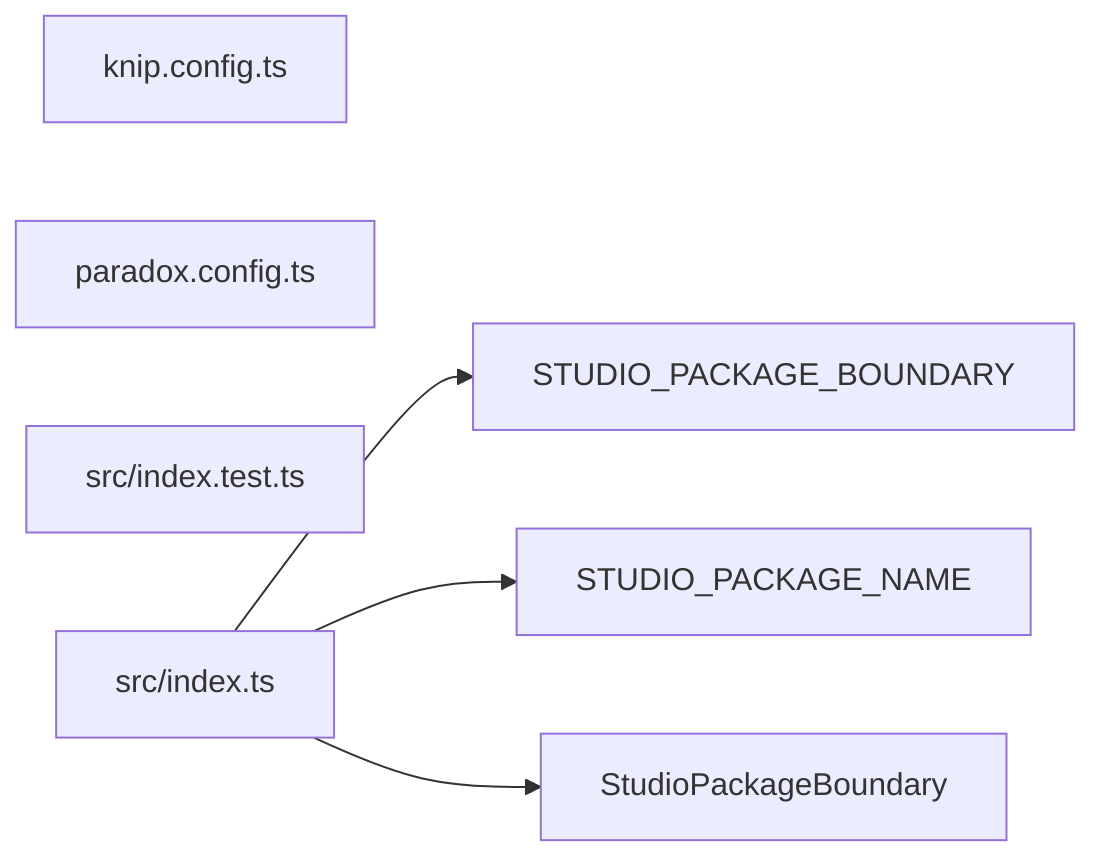
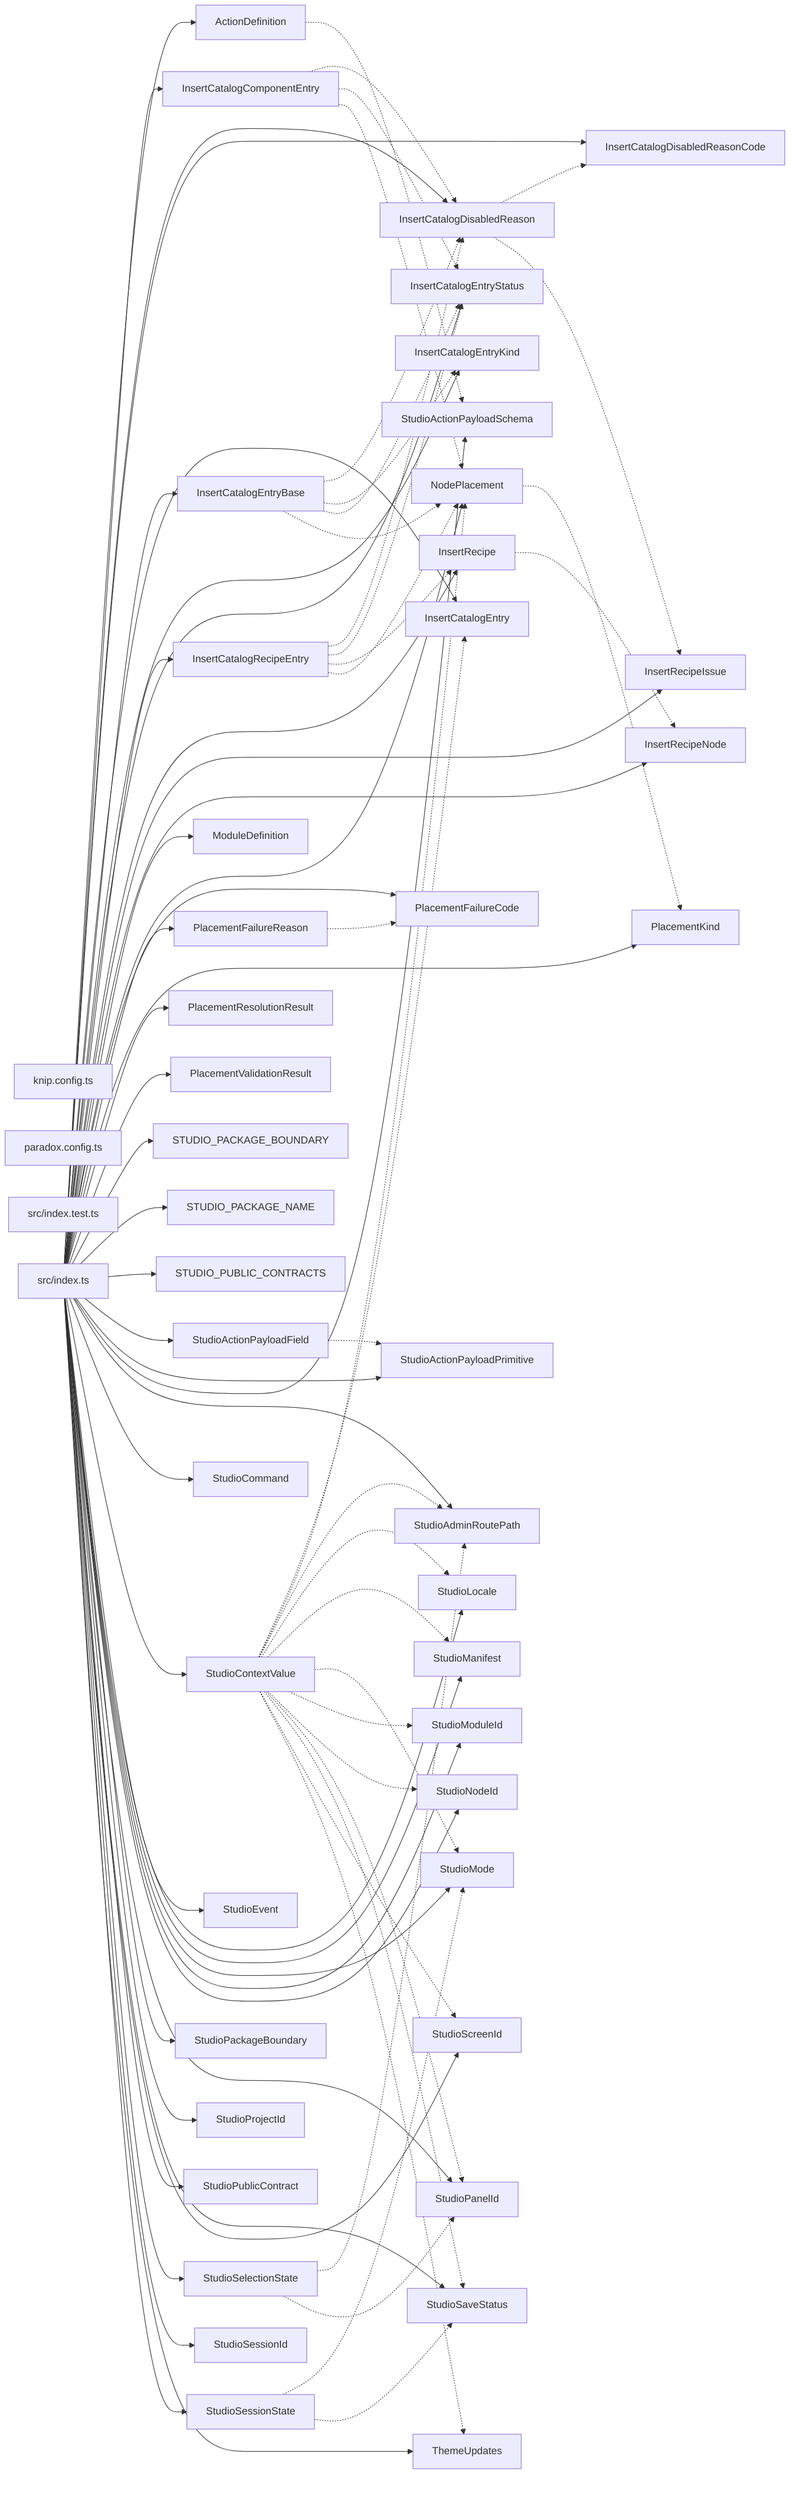
graph LR
  module_knip_config_ts["knip.config.ts"]
  module_paradox_config_ts["paradox.config.ts"]
  module_src_index_test_ts["src/index.test.ts"]
  module_src_index_ts["src/index.ts"]
+   export_ActionDefinition["ActionDefinition"]
+   module_src_index_ts --> export_ActionDefinition
+   export_ActionDefinition -.-> export_StudioActionPayloadSchema
+   export_InsertCatalogComponentEntry["InsertCatalogComponentEntry"]
+   module_src_index_ts --> export_InsertCatalogComponentEntry
+   export_InsertCatalogComponentEntry -.-> export_InsertCatalogDisabledReason
+   export_InsertCatalogComponentEntry -.-> export_InsertCatalogEntryStatus
+   export_InsertCatalogComponentEntry -.-> export_NodePlacement
+   export_InsertCatalogDisabledReason["InsertCatalogDisabledReason"]
+   module_src_index_ts --> export_InsertCatalogDisabledReason
+   export_InsertCatalogDisabledReason -.-> export_InsertCatalogDisabledReasonCode
+   export_InsertCatalogDisabledReason -.-> export_InsertRecipeIssue
+   export_InsertCatalogDisabledReasonCode["InsertCatalogDisabledReasonCode"]
+   module_src_index_ts --> export_InsertCatalogDisabledReasonCode
+   export_InsertCatalogEntry["InsertCatalogEntry"]
+   module_src_index_ts --> export_InsertCatalogEntry
+   export_InsertCatalogEntryBase["InsertCatalogEntryBase"]
+   module_src_index_ts --> export_InsertCatalogEntryBase
+   export_InsertCatalogEntryBase -.-> export_InsertCatalogDisabledReason
+   export_InsertCatalogEntryBase -.-> export_InsertCatalogEntryKind
+   export_InsertCatalogEntryBase -.-> export_InsertCatalogEntryStatus
+   export_InsertCatalogEntryBase -.-> export_NodePlacement
+   export_InsertCatalogEntryKind["InsertCatalogEntryKind"]
+   module_src_index_ts --> export_InsertCatalogEntryKind
+   export_InsertCatalogEntryStatus["InsertCatalogEntryStatus"]
+   module_src_index_ts --> export_InsertCatalogEntryStatus
+   export_InsertCatalogRecipeEntry["InsertCatalogRecipeEntry"]
+   module_src_index_ts --> export_InsertCatalogRecipeEntry
+   export_InsertCatalogRecipeEntry -.-> export_InsertCatalogDisabledReason
+   export_InsertCatalogRecipeEntry -.-> export_InsertCatalogEntryStatus
+   export_InsertCatalogRecipeEntry -.-> export_InsertRecipe
+   export_InsertCatalogRecipeEntry -.-> export_NodePlacement
+   export_InsertRecipe["InsertRecipe"]
+   module_src_index_ts --> export_InsertRecipe
+   export_InsertRecipe -.-> export_InsertRecipeNode
+   export_InsertRecipeIssue["InsertRecipeIssue"]
+   module_src_index_ts --> export_InsertRecipeIssue
+   export_InsertRecipeNode["InsertRecipeNode"]
+   module_src_index_ts --> export_InsertRecipeNode
+   export_ModuleDefinition["ModuleDefinition"]
+   module_src_index_ts --> export_ModuleDefinition
+   export_NodePlacement["NodePlacement"]
+   module_src_index_ts --> export_NodePlacement
+   export_NodePlacement -.-> export_PlacementKind
+   export_PlacementFailureCode["PlacementFailureCode"]
+   module_src_index_ts --> export_PlacementFailureCode
+   export_PlacementFailureReason["PlacementFailureReason"]
+   module_src_index_ts --> export_PlacementFailureReason
+   export_PlacementFailureReason -.-> export_PlacementFailureCode
+   export_PlacementKind["PlacementKind"]
+   module_src_index_ts --> export_PlacementKind
+   export_PlacementResolutionResult["PlacementResolutionResult"]
+   module_src_index_ts --> export_PlacementResolutionResult
+   export_PlacementValidationResult["PlacementValidationResult"]
+   module_src_index_ts --> export_PlacementValidationResult
  export_STUDIO_PACKAGE_BOUNDARY["STUDIO_PACKAGE_BOUNDARY"]
  module_src_index_ts --> export_STUDIO_PACKAGE_BOUNDARY
  export_STUDIO_PACKAGE_NAME["STUDIO_PACKAGE_NAME"]
  module_src_index_ts --> export_STUDIO_PACKAGE_NAME
+   export_STUDIO_PUBLIC_CONTRACTS["STUDIO_PUBLIC_CONTRACTS"]
+   module_src_index_ts --> export_STUDIO_PUBLIC_CONTRACTS
+   export_StudioActionPayloadField["StudioActionPayloadField"]
+   module_src_index_ts --> export_StudioActionPayloadField
+   export_StudioActionPayloadField -.-> export_StudioActionPayloadPrimitive
+   export_StudioActionPayloadPrimitive["StudioActionPayloadPrimitive"]
+   module_src_index_ts --> export_StudioActionPayloadPrimitive
+   export_StudioActionPayloadSchema["StudioActionPayloadSchema"]
+   module_src_index_ts --> export_StudioActionPayloadSchema
+   export_StudioAdminRoutePath["StudioAdminRoutePath"]
+   module_src_index_ts --> export_StudioAdminRoutePath
+   export_StudioCommand["StudioCommand"]
+   module_src_index_ts --> export_StudioCommand
+   export_StudioContextValue["StudioContextValue"]
+   module_src_index_ts --> export_StudioContextValue
+   export_StudioContextValue -.-> export_InsertCatalogEntry
+   export_StudioContextValue -.-> export_NodePlacement
+   export_StudioContextValue -.-> export_StudioAdminRoutePath
+   export_StudioContextValue -.-> export_StudioLocale
+   export_StudioContextValue -.-> export_StudioManifest
+   export_StudioContextValue -.-> export_StudioMode
+   export_StudioContextValue -.-> export_StudioModuleId
+   export_StudioContextValue -.-> export_StudioNodeId
+   export_StudioContextValue -.-> export_StudioPanelId
+   export_StudioContextValue -.-> export_StudioSaveStatus
+   export_StudioContextValue -.-> export_StudioScreenId
+   export_StudioContextValue -.-> export_ThemeUpdates
+   export_StudioEvent["StudioEvent"]
+   module_src_index_ts --> export_StudioEvent
+   export_StudioLocale["StudioLocale"]
+   module_src_index_ts --> export_StudioLocale
+   export_StudioManifest["StudioManifest"]
+   module_src_index_ts --> export_StudioManifest
+   export_StudioMode["StudioMode"]
+   module_src_index_ts --> export_StudioMode
+   export_StudioModuleId["StudioModuleId"]
+   module_src_index_ts --> export_StudioModuleId
+   export_StudioNodeId["StudioNodeId"]
+   module_src_index_ts --> export_StudioNodeId
  export_StudioPackageBoundary["StudioPackageBoundary"]
  module_src_index_ts --> export_StudioPackageBoundary
+   export_StudioPanelId["StudioPanelId"]
+   module_src_index_ts --> export_StudioPanelId
+   export_StudioProjectId["StudioProjectId"]
+   module_src_index_ts --> export_StudioProjectId
+   export_StudioPublicContract["StudioPublicContract"]
+   module_src_index_ts --> export_StudioPublicContract
+   export_StudioSaveStatus["StudioSaveStatus"]
+   module_src_index_ts --> export_StudioSaveStatus
+   export_StudioScreenId["StudioScreenId"]
+   module_src_index_ts --> export_StudioScreenId
+   export_StudioSelectionState["StudioSelectionState"]
+   module_src_index_ts --> export_StudioSelectionState
+   export_StudioSelectionState -.-> export_StudioAdminRoutePath
+   export_StudioSelectionState -.-> export_StudioPanelId
+   export_StudioSessionId["StudioSessionId"]
+   module_src_index_ts --> export_StudioSessionId
+   export_StudioSessionState["StudioSessionState"]
+   module_src_index_ts --> export_StudioSessionState
+   export_StudioSessionState -.-> export_StudioMode
+   export_StudioSessionState -.-> export_StudioSaveStatus
+   export_ThemeUpdates["ThemeUpdates"]
+   module_src_index_ts --> export_ThemeUpdates
